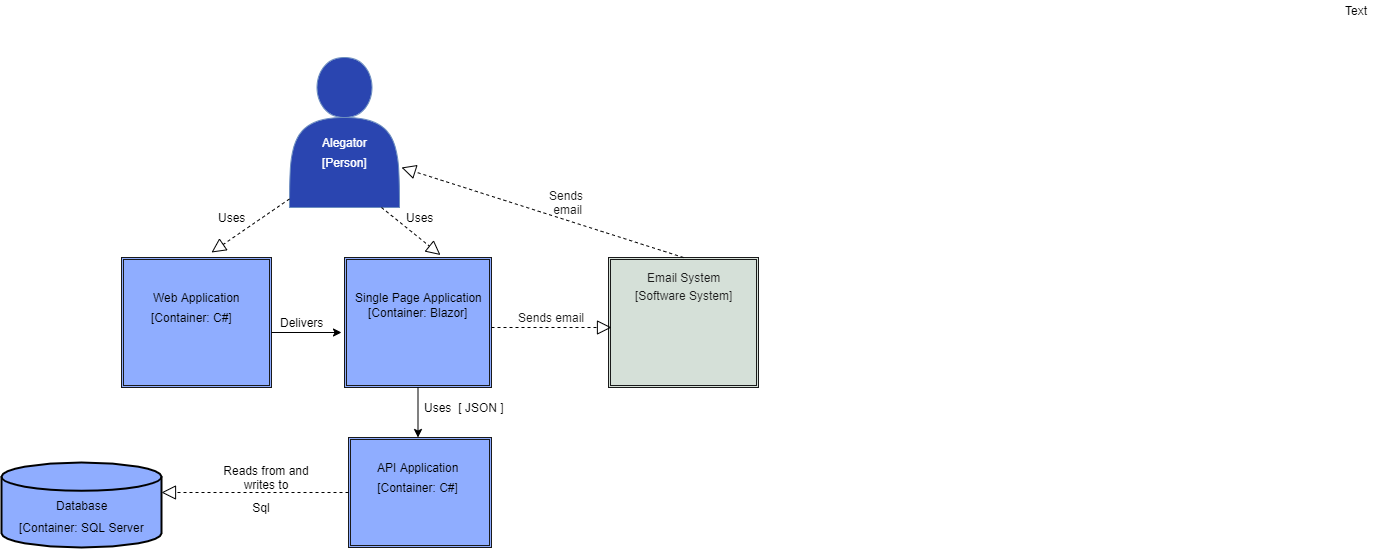
This is Container Diagram.png from adechan/GoVote, a draw.io export, as it was before one commit. Source tidied: cells renumbered, new cells last; positions are measured from the earlier drawing's top-left corner, leaving out a move shared by most shapes. Its diagram source:
```xml
<mxGraphModel>
  <root>
    <mxCell id="0" />
    <mxCell id="1" parent="0" />
    <mxCell id="2" style="shape=actor;whiteSpace=wrap;html=1;strokeColor=#6c8ebf;fillColor=#2A45B0;" parent="1" vertex="1">
      <mxGeometry x="288" y="57" width="110" height="150" as="geometry" />
    </mxCell>
    <mxCell id="3" value="Alegator&lt;br&gt;" style="text;html=1;align=center;verticalAlign=middle;rounded=0;fontColor=#FFFFFF;" parent="1" vertex="1">
      <mxGeometry x="313" y="132" width="60" height="20" as="geometry" />
    </mxCell>
    <mxCell id="4" style="shape=ext;double=1;rounded=0;whiteSpace=wrap;html=1;strokeColor=#1A1A1A;fillColor=#8FADFF;" parent="1" vertex="1">
      <mxGeometry x="120" y="257" width="150" height="130" as="geometry" />
    </mxCell>
    <mxCell id="5" value="Web Application&lt;br&gt;" style="text;html=1;align=center;verticalAlign=middle;fillColor=none;strokeColor=none;rounded=0;" parent="1" vertex="1">
      <mxGeometry x="145" y="287" width="100" height="20" as="geometry" />
    </mxCell>
    <mxCell id="6" value="[Person]" style="text;html=1;align=center;verticalAlign=middle;fillColor=none;strokeColor=none;rounded=0;fontColor=#FFFFFF;" parent="1" vertex="1">
      <mxGeometry x="313" y="152" width="60" height="20" as="geometry" />
    </mxCell>
    <mxCell id="7" value="[Container: C#]" style="text;html=1;align=center;verticalAlign=middle;fillColor=none;strokeColor=none;rounded=0;" parent="1" vertex="1">
      <mxGeometry x="140" y="307" width="100" height="20" as="geometry" />
    </mxCell>
    <mxCell id="8" style="endArrow=classic;html=1;" parent="1" edge="1">
      <mxGeometry relative="1" as="geometry">
        <mxPoint x="270" y="332" as="sourcePoint" />
        <mxPoint x="340" y="332" as="targetPoint" />
      </mxGeometry>
    </mxCell>
    <mxCell id="9" style="shape=ext;double=1;rounded=0;whiteSpace=wrap;html=1;strokeColor=#1A1A1A;fillColor=#8FADFF;" parent="1" vertex="1">
      <mxGeometry x="343" y="257" width="147" height="130" as="geometry" />
    </mxCell>
    <mxCell id="10" value="Single Page Application&lt;br&gt;" style="text;html=1;align=center;verticalAlign=middle;fillColor=none;strokeColor=none;rounded=0;" parent="1" vertex="1">
      <mxGeometry x="346.5" y="287" width="140" height="20" as="geometry" />
    </mxCell>
    <mxCell id="11" value="Delivers&lt;br&gt;" style="text;html=1;align=center;verticalAlign=middle;fillColor=none;strokeColor=none;rounded=0;" parent="1" vertex="1">
      <mxGeometry x="270" y="312" width="60" height="20" as="geometry" />
    </mxCell>
    <mxCell id="12" value="[Container: Blazor]" style="text;html=1;align=center;verticalAlign=middle;fillColor=none;strokeColor=none;rounded=0;" parent="1" vertex="1">
      <mxGeometry x="361.5" y="302" width="110" height="20" as="geometry" />
    </mxCell>
    <mxCell id="13" style="endArrow=classic;html=1;exitX=0.5;exitY=1;exitDx=0;exitDy=0;" parent="1" edge="1" source="9">
      <mxGeometry relative="1" as="geometry">
        <mxPoint x="416.5" y="437" as="targetPoint" />
      </mxGeometry>
    </mxCell>
    <mxCell id="14" value="Uses" style="text;html=1;align=center;verticalAlign=middle;fillColor=none;strokeColor=none;rounded=0;" parent="1" vertex="1">
      <mxGeometry x="416.5" y="397" width="40" height="20" as="geometry" />
    </mxCell>
    <mxCell id="15" style="shape=ext;double=1;rounded=0;whiteSpace=wrap;html=1;strokeColor=#1A1A1A;fillColor=#8FADFF;" parent="1" vertex="1">
      <mxGeometry x="347" y="437" width="143" height="110" as="geometry" />
    </mxCell>
    <mxCell id="16" value="API Application&lt;br&gt;" style="text;html=1;align=center;verticalAlign=middle;fillColor=none;strokeColor=none;rounded=0;" parent="1" vertex="1">
      <mxGeometry x="366.5" y="457" width="100" height="20" as="geometry" />
    </mxCell>
    <mxCell id="17" value="[Container: C#]" style="text;html=1;strokeColor=none;fillColor=none;align=center;verticalAlign=middle;whiteSpace=wrap;rounded=0;" parent="1" vertex="1">
      <mxGeometry x="373" y="477" width="87" height="20" as="geometry" />
    </mxCell>
    <mxCell id="18" style="endArrow=block;dashed=1;endFill=0;endSize=12;html=1;exitX=0;exitY=0.5;exitDx=0;exitDy=0;" parent="1" edge="1" source="15">
      <mxGeometry relative="1" as="geometry">
        <mxPoint x="160" y="492" as="targetPoint" />
      </mxGeometry>
    </mxCell>
    <mxCell id="19" value="[ JSON ]" style="text;html=1;strokeColor=none;fillColor=none;align=center;verticalAlign=middle;whiteSpace=wrap;rounded=0;" parent="1" vertex="1">
      <mxGeometry x="450" y="397" width="60" height="20" as="geometry" />
    </mxCell>
    <mxCell id="20" style="edgeStyle=orthogonalEdgeStyle;rounded=0;orthogonalLoop=1;jettySize=auto;html=1;exitX=0.5;exitY=1;exitDx=0;exitDy=0;" parent="1" edge="1" source="19" target="19">
      <mxGeometry relative="1" as="geometry" />
    </mxCell>
    <mxCell id="21" value="Reads from and writes to" style="text;html=1;strokeColor=none;fillColor=none;align=center;verticalAlign=middle;whiteSpace=wrap;rounded=0;" parent="1" vertex="1">
      <mxGeometry x="220" y="467" width="90" height="20" as="geometry" />
    </mxCell>
    <mxCell id="22" value="Sql&lt;br&gt;" style="text;html=1;strokeColor=none;fillColor=none;align=center;verticalAlign=middle;whiteSpace=wrap;rounded=0;" parent="1" vertex="1">
      <mxGeometry x="240" y="497" width="40" height="20" as="geometry" />
    </mxCell>
    <mxCell id="23" style="strokeWidth=2;html=1;shape=mxgraph.flowchart.database;whiteSpace=wrap;fillColor=#8FADFF;" parent="1" vertex="1">
      <mxGeometry y="462" width="160" height="85" as="geometry" />
    </mxCell>
    <mxCell id="24" value="Database" style="text;html=1;align=center;verticalAlign=middle;fillColor=none;strokeColor=none;rounded=0;" parent="1" vertex="1">
      <mxGeometry x="45" y="494.5" width="70" height="20" as="geometry" />
    </mxCell>
    <mxCell id="25" value="[Container: SQL Server&lt;br&gt;" style="text;html=1;align=center;verticalAlign=middle;fillColor=none;strokeColor=none;rounded=0;" parent="1" vertex="1">
      <mxGeometry x="10" y="517" width="140" height="20" as="geometry" />
    </mxCell>
    <mxCell id="26" style="endArrow=block;dashed=1;endFill=0;endSize=12;html=1;entryX=0.653;entryY=-0.019;entryDx=0;entryDy=0;entryPerimeter=0;" parent="1" edge="1" target="9">
      <mxGeometry relative="1" as="geometry">
        <mxPoint x="380" y="207" as="sourcePoint" />
      </mxGeometry>
    </mxCell>
    <mxCell id="27" style="endArrow=block;dashed=1;endFill=0;endSize=12;html=1;exitX=0;exitY=0.943;exitDx=0;exitDy=0;exitPerimeter=0;" parent="1" edge="1" source="2">
      <mxGeometry relative="1" as="geometry">
        <mxPoint x="210" y="252" as="targetPoint" />
      </mxGeometry>
    </mxCell>
    <mxCell id="28" value="Uses&lt;br&gt;" style="text;html=1;align=center;verticalAlign=middle;fillColor=none;strokeColor=none;rounded=0;" parent="1" vertex="1">
      <mxGeometry x="210" y="207" width="40" height="20" as="geometry" />
    </mxCell>
    <mxCell id="29" value="Uses&lt;br&gt;" style="text;html=1;align=center;verticalAlign=middle;fillColor=none;strokeColor=none;rounded=0;" parent="1" vertex="1">
      <mxGeometry x="398" y="207" width="40" height="20" as="geometry" />
    </mxCell>
    <mxCell id="30" value="Text" style="text;html=1;align=center;verticalAlign=middle;" parent="1" vertex="1">
      <mxGeometry x="1335" width="40" height="20" as="geometry" />
    </mxCell>
    <mxCell id="31" style="shape=ext;double=1;rounded=0;whiteSpace=wrap;html=1;strokeColor=#1A1A1A;fillColor=#D5E0D8;fontColor=#FFFFFF;" parent="1" vertex="1">
      <mxGeometry x="607" y="257" width="150" height="130" as="geometry" />
    </mxCell>
    <mxCell id="32" value="&lt;font color=&quot;#1a1a1a&quot;&gt;Email System&lt;/font&gt;" style="text;html=1;align=center;verticalAlign=middle;fillColor=none;strokeColor=none;rounded=0;fontColor=#FFFFFF;" parent="1" vertex="1">
      <mxGeometry x="637" y="267" width="90" height="20" as="geometry" />
    </mxCell>
    <mxCell id="33" value="&lt;font color=&quot;#1a1a1a&quot;&gt;[Software System]&lt;br&gt;&lt;br&gt;&lt;/font&gt;" style="text;html=1;align=center;verticalAlign=middle;fillColor=none;strokeColor=none;rounded=0;fontColor=#FFFFFF;" parent="1" vertex="1">
      <mxGeometry x="627" y="287" width="110" height="30" as="geometry" />
    </mxCell>
    <mxCell id="34" style="endArrow=block;dashed=1;endFill=0;endSize=12;html=1;fontColor=#FFFFFF;" parent="1" edge="1">
      <mxGeometry relative="1" as="geometry">
        <mxPoint x="490" y="327" as="sourcePoint" />
        <mxPoint x="610" y="327" as="targetPoint" />
      </mxGeometry>
    </mxCell>
    <mxCell id="35" value="&lt;font color=&quot;#1a1a1a&quot;&gt;Sends email&lt;/font&gt;" style="text;html=1;align=center;verticalAlign=middle;fillColor=none;strokeColor=none;rounded=0;fontColor=#FFFFFF;" parent="1" vertex="1">
      <mxGeometry x="510" y="307" width="80" height="20" as="geometry" />
    </mxCell>
    <mxCell id="36" value="&lt;font color=&quot;#1a1a1a&quot;&gt;Sends &lt;br&gt;email&lt;/font&gt;" style="text;html=1;align=center;verticalAlign=middle;fillColor=none;strokeColor=none;rounded=0;fontColor=#FFFFFF;" parent="1" vertex="1">
      <mxGeometry x="540" y="187" width="50" height="30" as="geometry" />
    </mxCell>
    <mxCell id="37" style="endArrow=block;dashed=1;endFill=0;endSize=12;html=1;fontColor=#FFFFFF;exitX=0.5;exitY=0;exitDx=0;exitDy=0;" parent="1" edge="1" source="31">
      <mxGeometry relative="1" as="geometry">
        <mxPoint x="400" y="167" as="targetPoint" />
      </mxGeometry>
    </mxCell>
  </root>
</mxGraphModel>
```
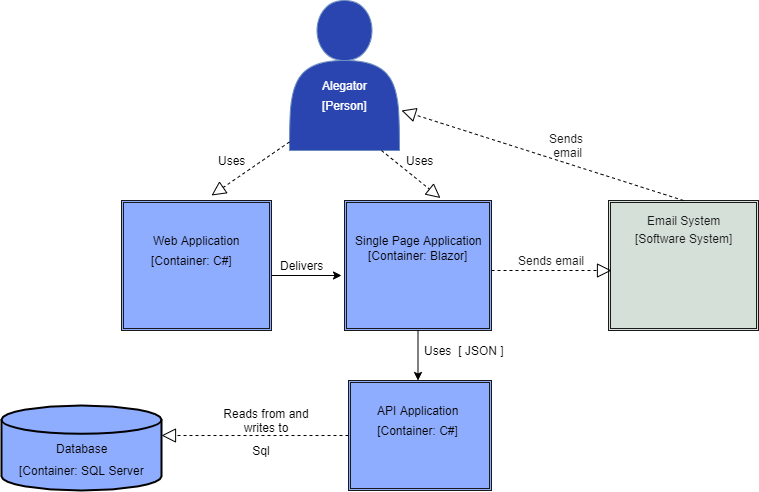
Later version of the same file.

Commit message:
fixed lvl 2 diagram

Diff of the diagram source:
```diff
@@ -97,9 +97,6 @@
     <mxCell id="29" value="Uses&lt;br&gt;" style="text;html=1;align=center;verticalAlign=middle;fillColor=none;strokeColor=none;rounded=0;" parent="1" vertex="1">
       <mxGeometry x="398" y="207" width="40" height="20" as="geometry" />
     </mxCell>
-    <mxCell id="30" value="Text" style="text;html=1;align=center;verticalAlign=middle;" parent="1" vertex="1">
-      <mxGeometry x="1335" width="40" height="20" as="geometry" />
-    </mxCell>
     <mxCell id="31" style="shape=ext;double=1;rounded=0;whiteSpace=wrap;html=1;strokeColor=#1A1A1A;fillColor=#D5E0D8;fontColor=#FFFFFF;" parent="1" vertex="1">
       <mxGeometry x="607" y="257" width="150" height="130" as="geometry" />
     </mxCell>
```
